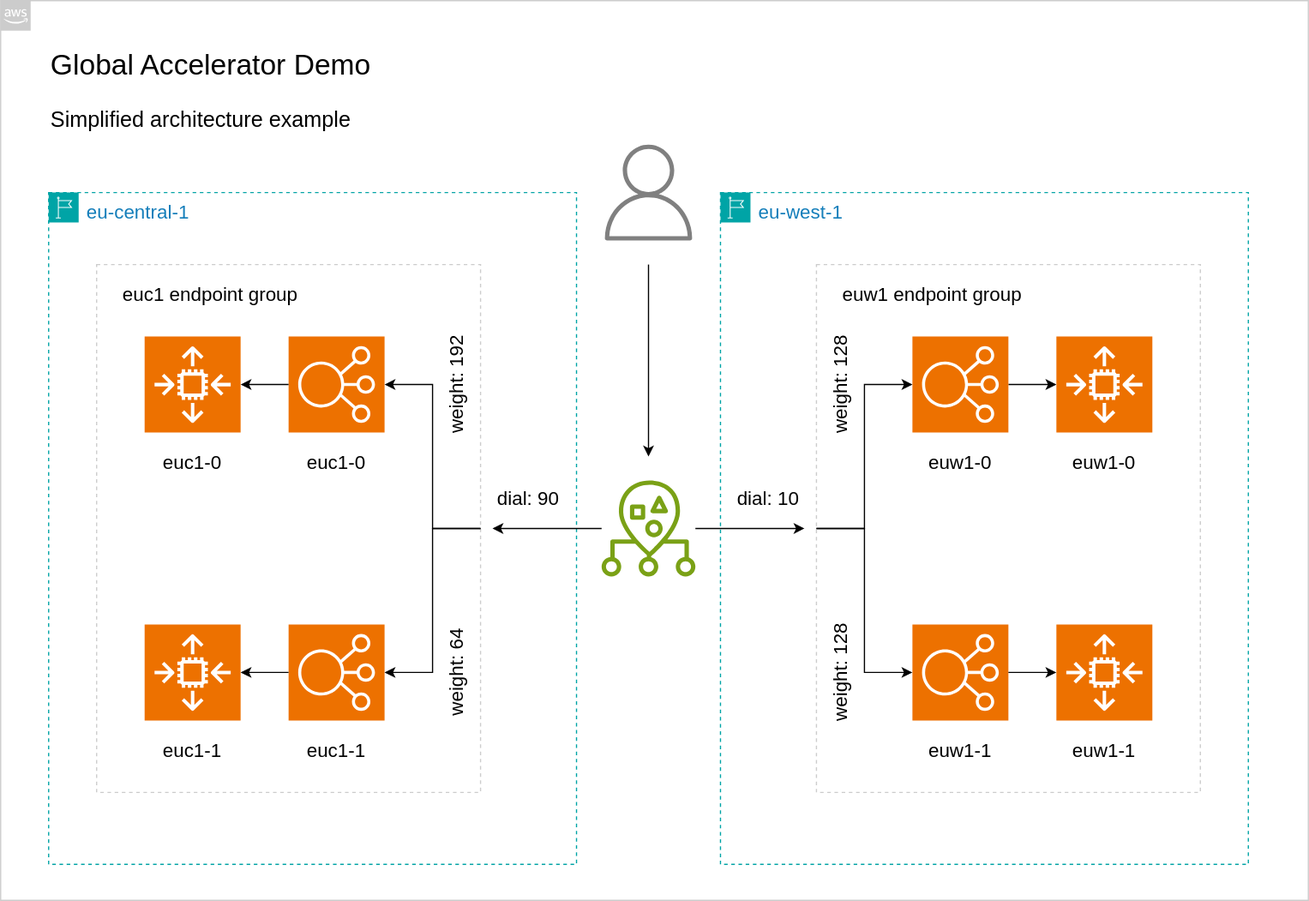
Before: assets/architecture.drawio.svg, a diagram exported from draw.io (stormreply/global-accelerator-demo). Source tidied: cells renumbered, new cells last; positions are measured from the earlier drawing's top-left corner, leaving out a move shared by most shapes.
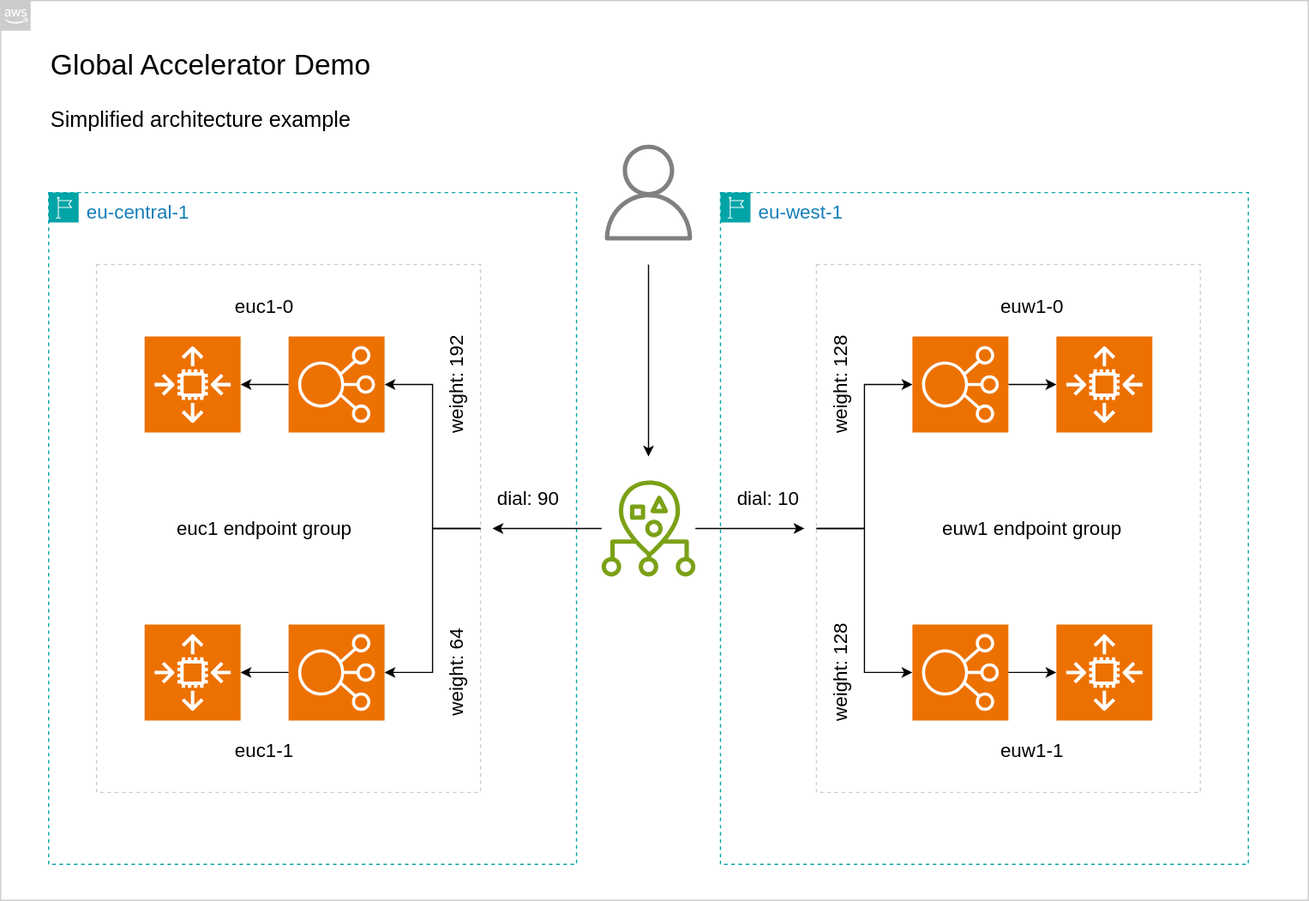
Above is the later version.

Commit message:
update architecture diagrams

Diff of the diagram source:
```diff
@@ -26,15 +26,21 @@
     <mxCell id="9" style="sketch=0;points=[[0,0,0],[0.25,0,0],[0.5,0,0],[0.75,0,0],[1,0,0],[0,1,0],[0.25,1,0],[0.5,1,0],[0.75,1,0],[1,1,0],[0,0.25,0],[0,0.5,0],[0,0.75,0],[1,0.25,0],[1,0.5,0],[1,0.75,0]];outlineConnect=0;fontColor=#232F3E;fillColor=#ED7100;strokeColor=#ffffff;dashed=0;verticalLabelPosition=bottom;verticalAlign=top;align=center;html=1;fontSize=12;fontStyle=0;shape=mxgraph.aws4.resourceIcon;resIcon=mxgraph.aws4.auto_scaling2;" parent="5" vertex="1">
       <mxGeometry x="280" y="120" width="80" height="80" as="geometry" />
     </mxCell>
-    <mxCell id="10" value="&lt;font style=&quot;font-size: 16px;&quot;&gt;euw1-1&lt;/font&gt;" style="text;html=1;whiteSpace=wrap;strokeColor=none;fillColor=none;align=center;verticalAlign=middle;rounded=0;" parent="5" vertex="1">
-      <mxGeometry x="290" y="450" width="60" height="30" as="geometry" />
-    </mxCell>
     <mxCell id="11" value="&lt;font style=&quot;font-size: 16px;&quot;&gt;weight: 128&lt;/font&gt;" style="text;html=1;whiteSpace=wrap;strokeColor=none;fillColor=none;align=center;verticalAlign=middle;rounded=0;rotation=-90;" parent="5" vertex="1">
       <mxGeometry x="50" y="385" width="100" height="30" as="geometry" />
     </mxCell>
     <mxCell id="12" value="&lt;font style=&quot;font-size: 16px;&quot;&gt;weight: 128&lt;/font&gt;" style="text;html=1;whiteSpace=wrap;strokeColor=none;fillColor=none;align=center;verticalAlign=middle;rounded=0;rotation=-90;" parent="5" vertex="1">
       <mxGeometry x="50" y="145" width="100" height="30" as="geometry" />
     </mxCell>
+    <mxCell id="35" value="&lt;font style=&quot;font-size: 16px;&quot;&gt;euw1-1&lt;/font&gt;" style="text;html=1;whiteSpace=wrap;strokeColor=none;fillColor=none;align=center;verticalAlign=middle;rounded=0;" parent="5" vertex="1">
+      <mxGeometry x="230" y="450" width="60" height="30" as="geometry" />
+    </mxCell>
+    <mxCell id="33" value="&lt;font style=&quot;font-size: 16px;&quot;&gt;euw1-0&lt;/font&gt;" style="text;html=1;whiteSpace=wrap;strokeColor=none;fillColor=none;align=center;verticalAlign=middle;rounded=0;" parent="5" vertex="1">
+      <mxGeometry x="230" y="80" width="60" height="30" as="geometry" />
+    </mxCell>
+    <mxCell id="42" value="&lt;font&gt;euw1 endpoint group&lt;/font&gt;" style="text;html=1;whiteSpace=wrap;strokeColor=none;fillColor=none;align=center;verticalAlign=middle;rounded=0;fontSize=16;" parent="5" vertex="1">
+      <mxGeometry x="160" y="265" width="200" height="30" as="geometry" />
+    </mxCell>
     <mxCell id="13" value="&lt;font style=&quot;font-size: 16px;&quot;&gt;eu-central-1&lt;/font&gt;" style="gradientColor=none;html=1;whiteSpace=wrap;fontSize=12;fontStyle=0;shape=mxgraph.aws4.group;grIcon=mxgraph.aws4.group_region;strokeColor=#00A4A6;fillColor=none;verticalAlign=top;align=left;spacingLeft=30;fontColor=#147EBA;dashed=1;" parent="1" vertex="1">
       <mxGeometry x="40" y="160" width="440" height="560" as="geometry" />
     </mxCell>
@@ -45,23 +51,17 @@
       <mxGeometry x="80" y="360" width="80" height="80" as="geometry" />
     </mxCell>
     <mxCell id="16" value="&lt;font&gt;euc1-0&lt;/font&gt;" style="text;html=1;whiteSpace=wrap;strokeColor=none;fillColor=none;align=center;verticalAlign=middle;rounded=0;fontSize=16;" parent="13" vertex="1">
-      <mxGeometry x="90" y="210" width="60" height="30" as="geometry" />
+      <mxGeometry x="150" y="80" width="60" height="30" as="geometry" />
     </mxCell>
     <mxCell id="17" value="&lt;font style=&quot;font-size: 16px;&quot;&gt;euc1-1&lt;/font&gt;" style="text;html=1;whiteSpace=wrap;strokeColor=none;fillColor=none;align=center;verticalAlign=middle;rounded=0;" parent="13" vertex="1">
-      <mxGeometry x="90" y="450" width="60" height="30" as="geometry" />
+      <mxGeometry x="150" y="450" width="60" height="30" as="geometry" />
     </mxCell>
     <mxCell id="18" style="sketch=0;points=[[0,0,0],[0.25,0,0],[0.5,0,0],[0.75,0,0],[1,0,0],[0,1,0],[0.25,1,0],[0.5,1,0],[0.75,1,0],[1,1,0],[0,0.25,0],[0,0.5,0],[0,0.75,0],[1,0.25,0],[1,0.5,0],[1,0.75,0]];outlineConnect=0;fontColor=#232F3E;fillColor=#ED7100;strokeColor=#ffffff;dashed=0;verticalLabelPosition=bottom;verticalAlign=top;align=center;html=1;fontSize=12;fontStyle=0;shape=mxgraph.aws4.resourceIcon;resIcon=mxgraph.aws4.elastic_load_balancing;rounded=0;" parent="13" vertex="1">
       <mxGeometry x="200" y="120" width="80" height="80" as="geometry" />
     </mxCell>
-    <mxCell id="19" value="&lt;font style=&quot;font-size: 16px;&quot;&gt;euc1-0&lt;/font&gt;" style="text;html=1;whiteSpace=wrap;strokeColor=none;fillColor=none;align=center;verticalAlign=middle;rounded=0;" parent="13" vertex="1">
-      <mxGeometry x="210" y="210" width="60" height="30" as="geometry" />
-    </mxCell>
     <mxCell id="20" style="sketch=0;points=[[0,0,0],[0.25,0,0],[0.5,0,0],[0.75,0,0],[1,0,0],[0,1,0],[0.25,1,0],[0.5,1,0],[0.75,1,0],[1,1,0],[0,0.25,0],[0,0.5,0],[0,0.75,0],[1,0.25,0],[1,0.5,0],[1,0.75,0]];outlineConnect=0;fontColor=#232F3E;fillColor=#ED7100;strokeColor=#ffffff;dashed=0;verticalLabelPosition=bottom;verticalAlign=top;align=center;html=1;fontSize=12;fontStyle=0;shape=mxgraph.aws4.resourceIcon;resIcon=mxgraph.aws4.elastic_load_balancing;rounded=0;" parent="13" vertex="1">
       <mxGeometry x="200" y="360" width="80" height="80" as="geometry" />
     </mxCell>
-    <mxCell id="21" value="&lt;font style=&quot;font-size: 16px;&quot;&gt;euc1-1&lt;/font&gt;" style="text;html=1;whiteSpace=wrap;strokeColor=none;fillColor=none;align=center;verticalAlign=middle;rounded=0;" parent="13" vertex="1">
-      <mxGeometry x="210" y="450" width="60" height="30" as="geometry" />
-    </mxCell>
     <mxCell id="22" style="edgeStyle=orthogonalEdgeStyle;jettySize=auto;html=1;entryX=1;entryY=0.5;entryDx=0;entryDy=0;entryPerimeter=0;exitX=1;exitY=0.5;exitDx=0;exitDy=0;rounded=0;curved=0;" parent="13" edge="1" source="14" target="18">
       <mxGeometry relative="1" as="geometry">
         <Array as="points">
@@ -82,8 +82,8 @@
     <mxCell id="24" style="edgeStyle=orthogonalEdgeStyle;jettySize=auto;html=1;entryX=1;entryY=0.5;entryDx=0;entryDy=0;entryPerimeter=0;" parent="13" edge="1" source="20" target="15">
       <mxGeometry relative="1" as="geometry" />
     </mxCell>
-    <mxCell id="25" value="&lt;font&gt;euc1 endpoint group&lt;/font&gt;" style="text;html=1;whiteSpace=wrap;strokeColor=none;fillColor=none;align=left;verticalAlign=middle;rounded=0;fontSize=16;" parent="13" vertex="1">
-      <mxGeometry x="60" y="70" width="170" height="30" as="geometry" />
+    <mxCell id="25" value="&lt;font&gt;euc1 endpoint group&lt;/font&gt;" style="text;html=1;whiteSpace=wrap;strokeColor=none;fillColor=none;align=center;verticalAlign=middle;rounded=0;fontSize=16;" parent="13" vertex="1">
+      <mxGeometry x="80" y="265" width="200" height="30" as="geometry" />
     </mxCell>
     <mxCell id="26" value="&lt;font style=&quot;font-size: 16px;&quot;&gt;weight: 192&lt;/font&gt;" style="text;html=1;whiteSpace=wrap;strokeColor=none;fillColor=none;align=center;verticalAlign=middle;rounded=0;rotation=-90;" parent="13" vertex="1">
       <mxGeometry x="290" y="145" width="100" height="30" as="geometry" />
@@ -110,15 +110,6 @@
     <mxCell id="32" style="sketch=0;points=[[0,0,0],[0.25,0,0],[0.5,0,0],[0.75,0,0],[1,0,0],[0,1,0],[0.25,1,0],[0.5,1,0],[0.75,1,0],[1,1,0],[0,0.25,0],[0,0.5,0],[0,0.75,0],[1,0.25,0],[1,0.5,0],[1,0.75,0]];outlineConnect=0;fontColor=#232F3E;fillColor=#ED7100;strokeColor=#ffffff;dashed=0;verticalLabelPosition=bottom;verticalAlign=top;align=center;html=1;fontSize=12;fontStyle=0;shape=mxgraph.aws4.resourceIcon;resIcon=mxgraph.aws4.auto_scaling2;" parent="1" vertex="1">
       <mxGeometry x="880" y="520" width="80" height="80" as="geometry" />
     </mxCell>
-    <mxCell id="33" value="&lt;font style=&quot;font-size: 16px;&quot;&gt;euw1-0&lt;/font&gt;" style="text;html=1;whiteSpace=wrap;strokeColor=none;fillColor=none;align=center;verticalAlign=middle;rounded=0;" parent="1" vertex="1">
-      <mxGeometry x="770" y="370" width="60" height="30" as="geometry" />
-    </mxCell>
-    <mxCell id="34" value="&lt;font style=&quot;font-size: 16px;&quot;&gt;euw1-0&lt;/font&gt;" style="text;html=1;whiteSpace=wrap;strokeColor=none;fillColor=none;align=center;verticalAlign=middle;rounded=0;" parent="1" vertex="1">
-      <mxGeometry x="890" y="370" width="60" height="30" as="geometry" />
-    </mxCell>
-    <mxCell id="35" value="&lt;font style=&quot;font-size: 16px;&quot;&gt;euw1-1&lt;/font&gt;" style="text;html=1;whiteSpace=wrap;strokeColor=none;fillColor=none;align=center;verticalAlign=middle;rounded=0;" parent="1" vertex="1">
-      <mxGeometry x="770" y="610" width="60" height="30" as="geometry" />
-    </mxCell>
     <mxCell id="36" style="edgeStyle=none;jettySize=auto;html=1;entryX=0;entryY=0.5;entryDx=0;entryDy=0;entryPerimeter=0;exitX=0;exitY=0.5;exitDx=0;exitDy=0;rounded=0;curved=0;" parent="1" edge="1" source="3" target="7">
       <mxGeometry relative="1" as="geometry">
         <Array as="points">
@@ -151,9 +142,6 @@
     <mxCell id="41" style="sketch=0;fontColor=#232F3E;gradientColor=none;fillColor=#808080;strokeColor=none;dashed=0;verticalLabelPosition=bottom;verticalAlign=top;align=center;html=1;fontSize=12;fontStyle=0;shape=mxgraph.aws4.user;" parent="1" vertex="1">
       <mxGeometry x="500" y="120" width="80" height="80" as="geometry" />
     </mxCell>
-    <mxCell id="42" value="&lt;font&gt;euw1 endpoint group&lt;/font&gt;" style="text;html=1;whiteSpace=wrap;strokeColor=none;fillColor=none;align=left;verticalAlign=middle;rounded=0;fontSize=16;" parent="1" vertex="1">
-      <mxGeometry x="700" y="230" width="170" height="30" as="geometry" />
-    </mxCell>
     <mxCell id="43" value="&lt;font style=&quot;font-size: 16px;&quot;&gt;dial: 90&lt;/font&gt;" style="text;html=1;whiteSpace=wrap;strokeColor=none;fillColor=none;align=center;verticalAlign=middle;rounded=0;" parent="1" vertex="1">
       <mxGeometry x="410" y="400" width="60" height="30" as="geometry" />
     </mxCell>
```
